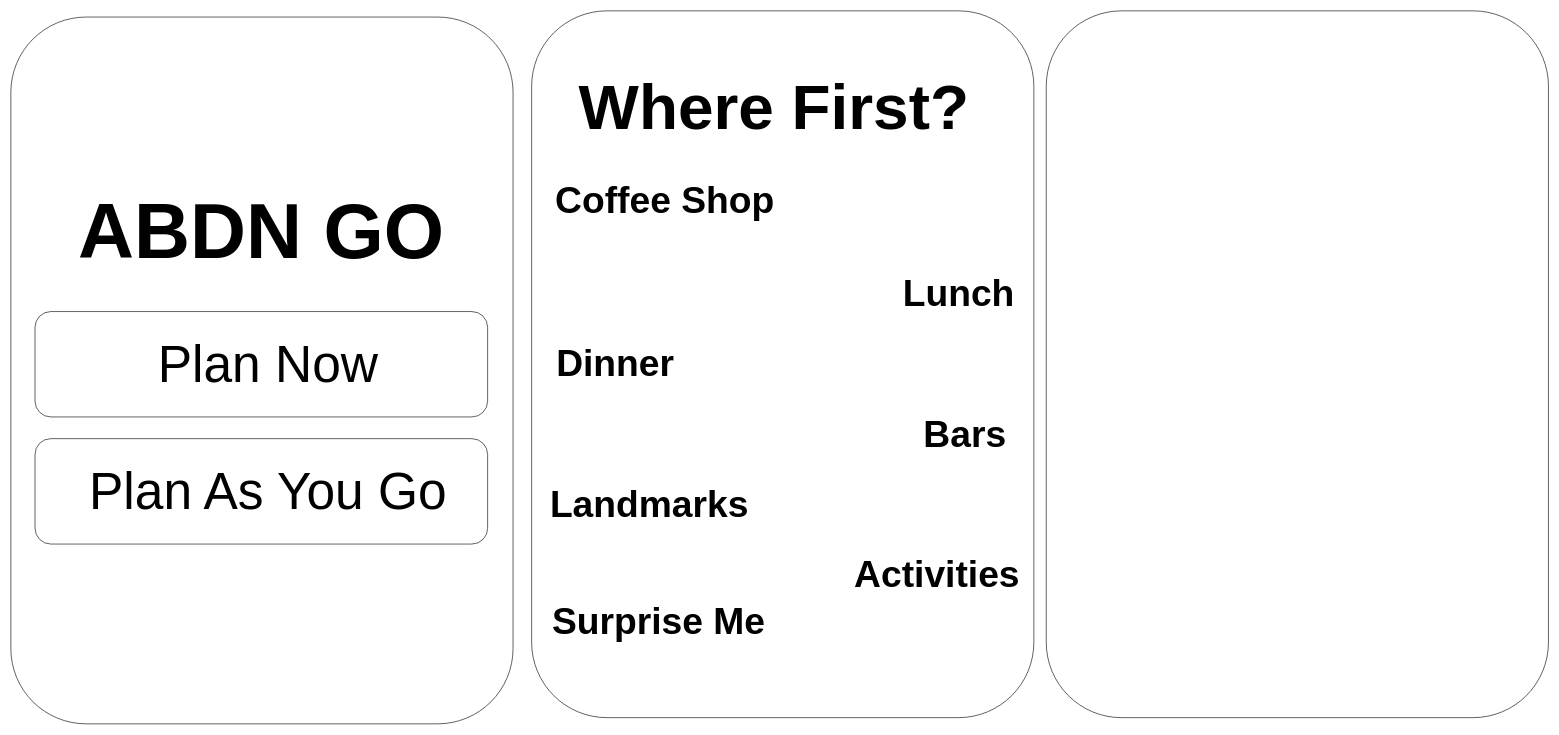
The draw.io diagram abdn_go_wireframe.drawio in CodeTheCity/abdn_go, before the edit. Source tidied: cells renumbered, new cells numbered last; positions are measured from the earlier drawing's top-left corner, leaving out a move shared by most shapes. Both pictures are drawn from the tidied source at 62%, with x=0, y=0 at pixel (11, 11).
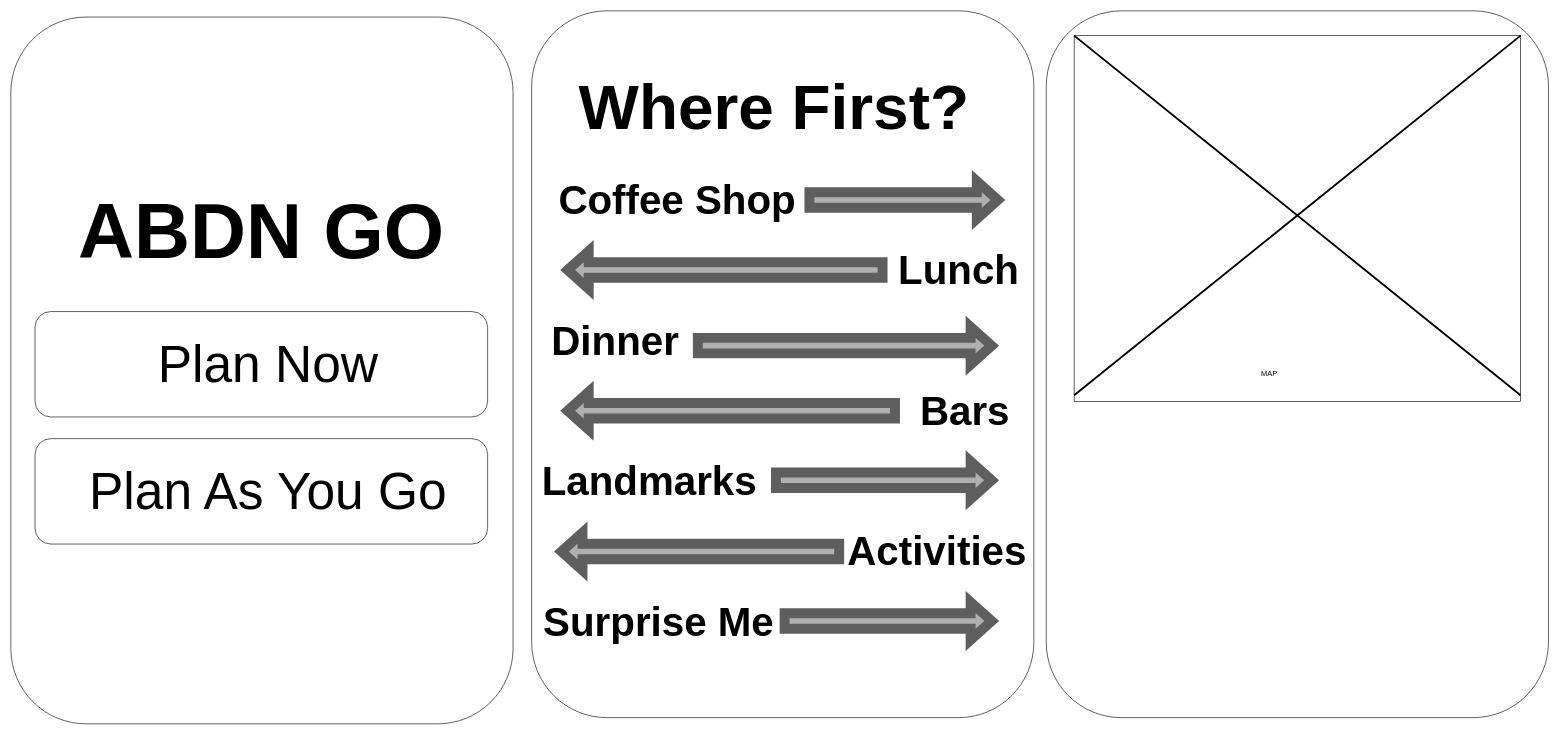
After the change.

The edit, as a diff of the source:
```diff
@@
-    <mxCell id="11" value="&lt;span style=&quot;font-size: 60px;&quot;&gt;&lt;b style=&quot;font-size: 60px;&quot;&gt;Coffee Shop&lt;/b&gt;&lt;/span&gt;" style="text;html=1;strokeColor=none;fillColor=none;align=center;verticalAlign=middle;whiteSpace=wrap;rounded=0;fontSize=60;" parent="1" vertex="1">
-      <mxGeometry x="870" y="230" width="370" height="150" as="geometry" />
+    <mxCell id="11" value="&lt;span style=&quot;font-size: 65px;&quot;&gt;&lt;b style=&quot;font-size: 65px;&quot;&gt;Coffee Shop&lt;/b&gt;&lt;/span&gt;" style="text;html=1;strokeColor=none;fillColor=none;align=center;verticalAlign=middle;whiteSpace=wrap;rounded=0;fontSize=65;" parent="1" vertex="1">
+      <mxGeometry x="870" y="230" width="410" height="150" as="geometry" />
     </mxCell>
-    <mxCell id="12" value="&lt;span style=&quot;font-size: 60px;&quot;&gt;&lt;b style=&quot;font-size: 60px;&quot;&gt;Lunch&lt;/b&gt;&lt;/span&gt;" style="text;html=1;strokeColor=none;fillColor=none;align=center;verticalAlign=middle;whiteSpace=wrap;rounded=0;fontSize=60;" parent="1" vertex="1">
-      <mxGeometry x="1414" y="381" width="230" height="150" as="geometry" />
+    <mxCell id="12" value="&lt;span style=&quot;font-size: 65px;&quot;&gt;&lt;b style=&quot;font-size: 65px;&quot;&gt;Lunch&lt;/b&gt;&lt;/span&gt;" style="text;html=1;strokeColor=none;fillColor=none;align=center;verticalAlign=middle;whiteSpace=wrap;rounded=0;fontSize=65;" parent="1" vertex="1">
+      <mxGeometry x="1414" y="343" width="230" height="150" as="geometry" />
     </mxCell>
-    <mxCell id="13" value="&lt;span style=&quot;font-size: 60px;&quot;&gt;&lt;b style=&quot;font-size: 60px;&quot;&gt;Dinner&lt;/b&gt;&lt;/span&gt;" style="text;html=1;strokeColor=none;fillColor=none;align=center;verticalAlign=middle;whiteSpace=wrap;rounded=0;fontSize=60;" parent="1" vertex="1">
-      <mxGeometry x="870" y="494" width="210" height="150" as="geometry" />
+    <mxCell id="13" value="&lt;span style=&quot;font-size: 65px;&quot;&gt;&lt;b style=&quot;font-size: 65px;&quot;&gt;Dinner&lt;/b&gt;&lt;/span&gt;" style="text;html=1;strokeColor=none;fillColor=none;align=center;verticalAlign=middle;whiteSpace=wrap;rounded=0;fontSize=65;" parent="1" vertex="1">
+      <mxGeometry x="870" y="457" width="210" height="150" as="geometry" />
     </mxCell>
-    <mxCell id="14" value="&lt;span style=&quot;font-size: 60px;&quot;&gt;&lt;b style=&quot;font-size: 60px;&quot;&gt;Landmarks&lt;/b&gt;&lt;/span&gt;" style="text;html=1;strokeColor=none;fillColor=none;align=center;verticalAlign=middle;whiteSpace=wrap;rounded=0;fontSize=60;" parent="1" vertex="1">
-      <mxGeometry x="870" y="721" width="320" height="150" as="geometry" />
+    <mxCell id="14" value="&lt;span style=&quot;font-size: 65px;&quot;&gt;&lt;b style=&quot;font-size: 65px;&quot;&gt;Landmarks&lt;/b&gt;&lt;/span&gt;" style="text;html=1;strokeColor=none;fillColor=none;align=center;verticalAlign=middle;whiteSpace=wrap;rounded=0;fontSize=65;" parent="1" vertex="1">
+      <mxGeometry x="870" y="683" width="320" height="150" as="geometry" />
     </mxCell>
-    <mxCell id="15" value="&lt;span style=&quot;font-size: 60px;&quot;&gt;&lt;b style=&quot;font-size: 60px;&quot;&gt;Bars&lt;/b&gt;&lt;/span&gt;" style="text;html=1;strokeColor=none;fillColor=none;align=center;verticalAlign=middle;whiteSpace=wrap;rounded=0;fontSize=60;" parent="1" vertex="1">
-      <mxGeometry x="1434" y="608" width="210" height="150" as="geometry" />
+    <mxCell id="15" value="&lt;span style=&quot;font-size: 65px;&quot;&gt;&lt;b style=&quot;font-size: 65px;&quot;&gt;Bars&lt;/b&gt;&lt;/span&gt;" style="text;html=1;strokeColor=none;fillColor=none;align=center;verticalAlign=middle;whiteSpace=wrap;rounded=0;fontSize=65;" parent="1" vertex="1">
+      <mxGeometry x="1434" y="570" width="210" height="150" as="geometry" />
     </mxCell>
-    <mxCell id="16" value="&lt;span style=&quot;font-size: 60px;&quot;&gt;&lt;b style=&quot;font-size: 60px;&quot;&gt;Activities&lt;/b&gt;&lt;/span&gt;" style="text;html=1;strokeColor=none;fillColor=none;align=center;verticalAlign=middle;whiteSpace=wrap;rounded=0;fontSize=60;" parent="1" vertex="1">
-      <mxGeometry x="1344" y="834" width="300" height="150" as="geometry" />
+    <mxCell id="16" value="&lt;span style=&quot;font-size: 65px;&quot;&gt;&lt;b style=&quot;font-size: 65px;&quot;&gt;Activities&lt;/b&gt;&lt;/span&gt;" style="text;html=1;strokeColor=none;fillColor=none;align=center;verticalAlign=middle;whiteSpace=wrap;rounded=0;fontSize=65;" parent="1" vertex="1">
+      <mxGeometry x="1344" y="797" width="300" height="150" as="geometry" />
     </mxCell>
-    <mxCell id="17" value="&lt;span style=&quot;font-size: 60px;&quot;&gt;&lt;b style=&quot;font-size: 60px;&quot;&gt;Surprise&lt;/b&gt;&lt;/span&gt;&lt;b style=&quot;font-size: 60px;&quot;&gt;&amp;nbsp;Me&lt;/b&gt;" style="text;html=1;strokeColor=none;fillColor=none;align=center;verticalAlign=middle;whiteSpace=wrap;rounded=0;fontSize=60;" parent="1" vertex="1">
+    <mxCell id="17" value="&lt;span style=&quot;font-size: 65px;&quot;&gt;&lt;b style=&quot;font-size: 65px;&quot;&gt;Surprise&lt;/b&gt;&lt;/span&gt;&lt;b style=&quot;font-size: 65px;&quot;&gt;&amp;nbsp;Me&lt;/b&gt;" style="text;html=1;strokeColor=none;fillColor=none;align=center;verticalAlign=middle;whiteSpace=wrap;rounded=0;fontSize=65;" parent="1" vertex="1">
       <mxGeometry x="870" y="910" width="350" height="150" as="geometry" />
     </mxCell>
+    <mxCell id="18" style="shape=flexArrow;endArrow=classic;html=1;rounded=0;exitX=1;exitY=0.5;exitDx=0;exitDy=0;strokeColor=#5E5E5E;fillColor=#B0B0B0;strokeWidth=16;" parent="1" edge="1" source="11">
+      <mxGeometry relative="1" as="geometry">
+        <mxPoint x="1600" y="305" as="targetPoint" />
+      </mxGeometry>
+    </mxCell>
+    <mxCell id="19" style="shape=flexArrow;endArrow=classic;html=1;rounded=0;strokeColor=#5E5E5E;fillColor=#B0B0B0;strokeWidth=16;" parent="1" edge="1">
+      <mxGeometry relative="1" as="geometry">
+        <mxPoint x="1100" y="540" as="sourcePoint" />
+        <mxPoint x="1590" y="540" as="targetPoint" />
+      </mxGeometry>
+    </mxCell>
+    <mxCell id="20" style="shape=flexArrow;endArrow=classic;html=1;rounded=0;exitX=1;exitY=0.5;exitDx=0;exitDy=0;strokeColor=#5E5E5E;fillColor=#B0B0B0;strokeWidth=16;" parent="1" edge="1">
+      <mxGeometry relative="1" as="geometry">
+        <mxPoint x="1226" y="757" as="sourcePoint" />
+        <mxPoint x="1590" y="757" as="targetPoint" />
+      </mxGeometry>
+    </mxCell>
+    <mxCell id="21" style="shape=flexArrow;endArrow=classic;html=1;rounded=0;exitX=1;exitY=0.5;exitDx=0;exitDy=0;strokeColor=#5E5E5E;fillColor=#B0B0B0;strokeWidth=16;" parent="1" edge="1">
+      <mxGeometry relative="1" as="geometry">
+        <mxPoint x="1240" y="984" as="sourcePoint" />
+        <mxPoint x="1590" y="984" as="targetPoint" />
+      </mxGeometry>
+    </mxCell>
+    <mxCell id="22" style="shape=flexArrow;endArrow=classic;html=1;rounded=0;strokeColor=#5E5E5E;fillColor=#B0B0B0;strokeWidth=16;exitX=0;exitY=0.5;exitDx=0;exitDy=0;" parent="1" edge="1" source="12">
+      <mxGeometry relative="1" as="geometry">
+        <mxPoint x="890" y="418" as="targetPoint" />
+      </mxGeometry>
+    </mxCell>
+    <mxCell id="23" style="shape=flexArrow;endArrow=classic;html=1;rounded=0;strokeColor=#5E5E5E;fillColor=#B0B0B0;strokeWidth=16;exitX=0;exitY=0.5;exitDx=0;exitDy=0;" parent="1" edge="1" source="15">
+      <mxGeometry relative="1" as="geometry">
+        <mxPoint x="890" y="645" as="targetPoint" />
+      </mxGeometry>
+    </mxCell>
+    <mxCell id="24" style="shape=flexArrow;endArrow=classic;html=1;rounded=0;strokeColor=#5E5E5E;fillColor=#B0B0B0;strokeWidth=16;exitX=0;exitY=0.5;exitDx=0;exitDy=0;" parent="1" edge="1" source="16">
+      <mxGeometry relative="1" as="geometry">
+        <mxPoint x="880" y="872" as="targetPoint" />
+      </mxGeometry>
+    </mxCell>
+    <mxCell id="25" style="rounded=0;whiteSpace=wrap;html=1;" parent="1" vertex="1">
+      <mxGeometry x="1715" y="40" width="720" height="590" as="geometry" />
+    </mxCell>
+    <mxCell id="26" style="shape=umlDestroy;whiteSpace=wrap;html=1;strokeWidth=3;targetShapes=umlLifeline;" parent="1" vertex="1">
+      <mxGeometry x="1715" y="40" width="720" height="580" as="geometry" />
+    </mxCell>
+    <mxCell id="27" value="MAP" style="text;html=1;strokeColor=none;fillColor=none;align=center;verticalAlign=middle;whiteSpace=wrap;rounded=0;" parent="1" vertex="1">
+      <mxGeometry x="2000" y="570" width="60" height="30" as="geometry" />
+    </mxCell>
```
